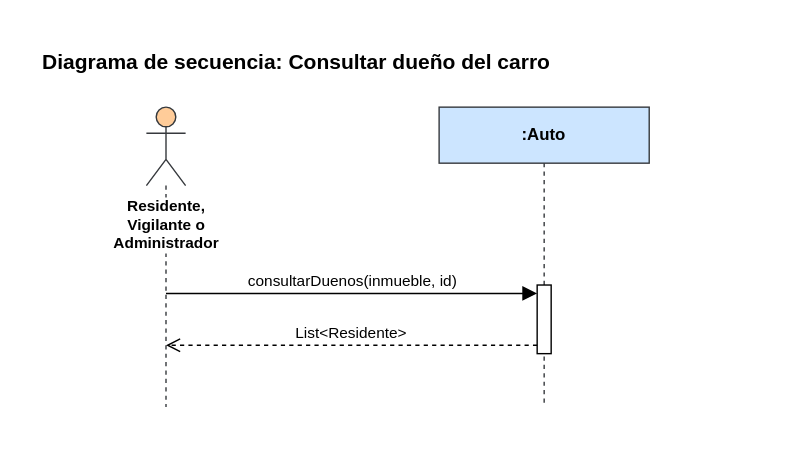
Before: Diagramas/Secuencia/consultar-dueno-del-carro.svg, a diagram exported from draw.io (manuel20051208/HorizontalSoftware-Back-End). Source tidied: cells renumbered, new cells last; positions are measured from the earlier drawing's top-left corner, leaving out a move shared by most shapes.
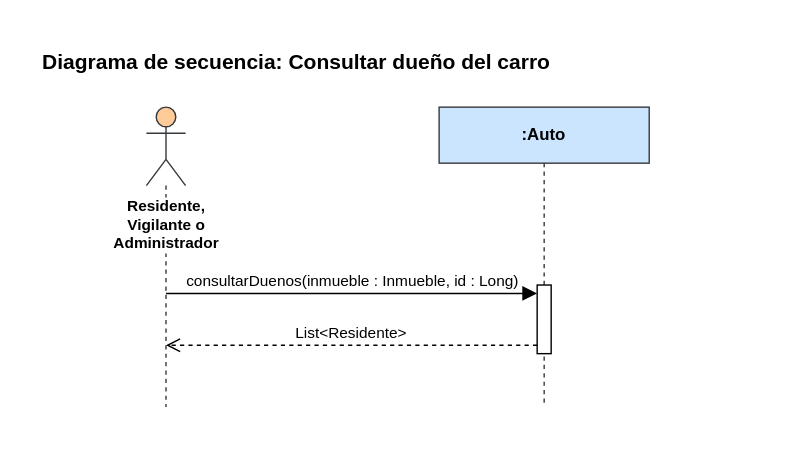
Above is the later version.

The edit, as a diff of the source:
```diff
@@ -14,7 +14,7 @@
     <mxCell id="5" style="html=1;points=[];perimeter=orthogonalPerimeter;fillColor=#ffffff;strokeColor=#000000;" parent="1" vertex="1">
       <mxGeometry x="355" y="175" width="10" height="49" as="geometry" />
     </mxCell>
-    <mxCell id="6" value="consultarDuenos(inmueble, id)" style="html=1;verticalAlign=bottom;rounded=0;fontSize=11;strokeColor=#000000;endArrow=block;endFill=1;endSize=8;exitX=0.5000;exitY=0.6215;exitDx=0;exitDy=0;exitPerimeter=0;entryX=0.0000;entryY=0.1224;entryDx=0;entryDy=0;entryPerimeter=0;" parent="1" edge="1" source="3" target="5">
+    <mxCell id="6" value="consultarDuenos(inmueble : Inmueble, id : Long)" style="html=1;verticalAlign=bottom;rounded=0;fontSize=11;strokeColor=#000000;endArrow=block;endFill=1;endSize=8;exitX=0.5000;exitY=0.6215;exitDx=0;exitDy=0;exitPerimeter=0;entryX=0.0000;entryY=0.1224;entryDx=0;entryDy=0;entryPerimeter=0;" parent="1" edge="1" source="3" target="5">
       <mxGeometry relative="1" as="geometry" />
     </mxCell>
     <mxCell id="7" value="List&amp;lt;Residente&amp;gt;" style="html=1;verticalAlign=bottom;rounded=0;fontSize=11;strokeColor=#000000;dashed=1;endArrow=open;endFill=0;endSize=8;exitX=0.0000;exitY=0.8776;exitDx=0;exitDy=0;exitPerimeter=0;entryX=0.5000;entryY=0.7944;entryDx=0;entryDy=0;entryPerimeter=0;" parent="1" edge="1" source="5" target="3">
```
